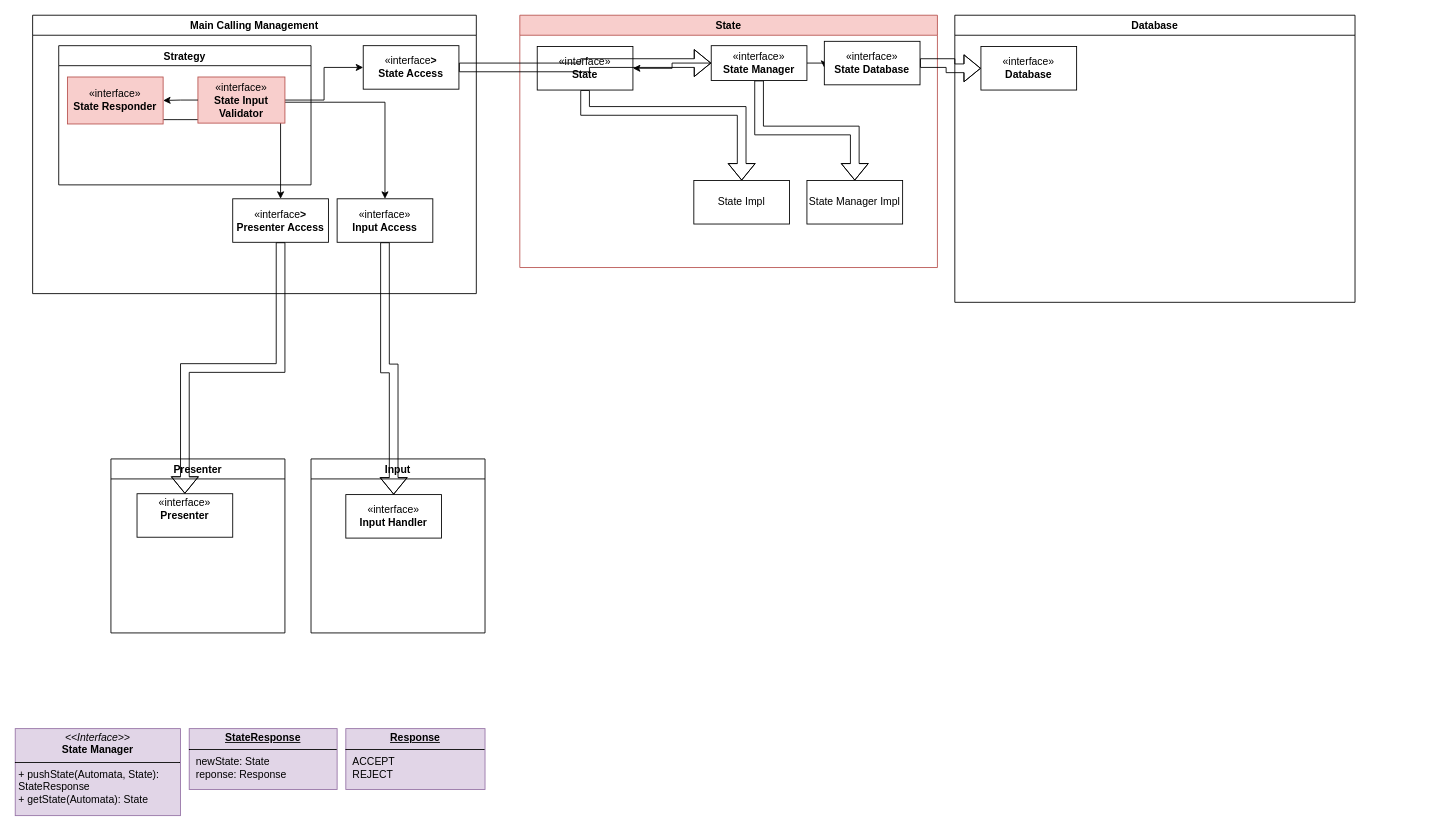
Before: semaphore.drawio in singlerr/UML, a draw.io diagram. Source tidied: cells renumbered, new cells numbered last; positions are measured from the earlier drawing's top-left corner, leaving out a move shared by most shapes. Both pictures are drawn from the tidied source at 87%, with x=0, y=0 at pixel (15, 15).
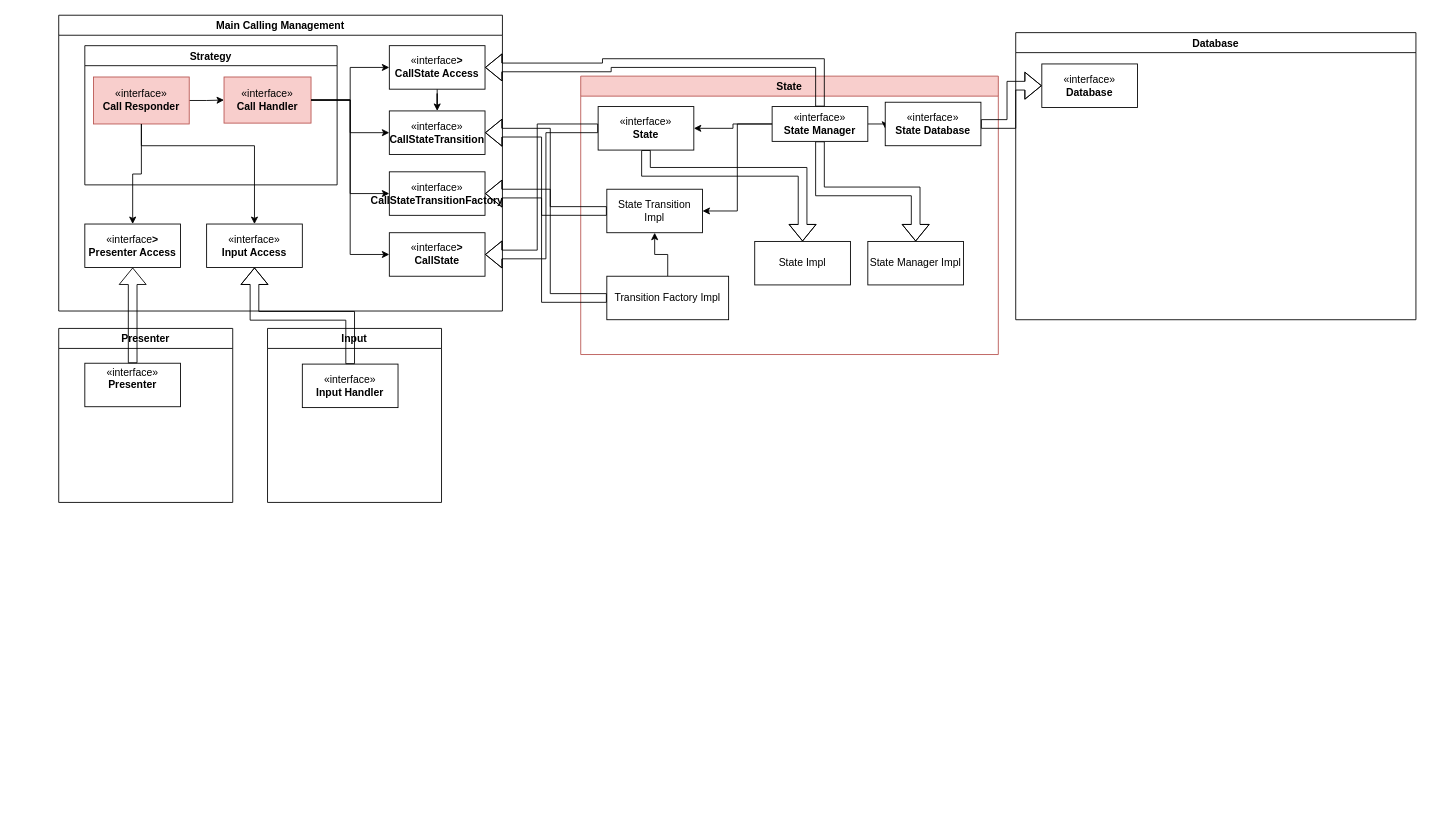
The same diagram, later.

Unchanged cells that the change refers to:
```xml
<mxCell id="6" value="«interface»&lt;br&gt;&lt;div&gt;&lt;b&gt;State Manager&lt;br&gt;&lt;/b&gt;&lt;/div&gt;" style="html=1;whiteSpace=wrap;" parent="2" vertex="1">
  <mxGeometry x="220" y="35" width="110" height="40" as="geometry" />
</mxCell>
<mxCell id="10" value="State Impl" style="html=1;whiteSpace=wrap;" parent="2" vertex="1">
  <mxGeometry x="200" y="190" width="110" height="50" as="geometry" />
</mxCell>
<mxCell id="13" value="&lt;div&gt;«interface»&lt;/div&gt;&lt;div&gt;&lt;b&gt;Presenter&lt;/b&gt;&lt;/div&gt;&lt;div&gt;&lt;b&gt;&lt;br&gt;&lt;/b&gt;&lt;/div&gt;" style="html=1;whiteSpace=wrap;" parent="12" vertex="1">
  <mxGeometry x="30" y="40" width="110" height="50" as="geometry" />
</mxCell>
<mxCell id="15" value="&lt;div&gt;«interface»&lt;/div&gt;&lt;div&gt;&lt;b&gt;Input Handler&lt;/b&gt;&lt;/div&gt;" style="html=1;whiteSpace=wrap;" parent="14" vertex="1">
  <mxGeometry x="40" y="41" width="110" height="50" as="geometry" />
</mxCell>
<mxCell id="23" value="Strategy" style="swimlane;" parent="16" vertex="1">
  <mxGeometry x="30" y="35" width="290" height="160" as="geometry" />
</mxCell>
```

Change to the diagram source:
```diff
@@
     <mxCell id="2" value="State" style="swimlane;fillColor=#f8cecc;strokeColor=#b85450;" parent="1" vertex="1">
-      <mxGeometry x="580" width="480" height="290" as="geometry" />
+      <mxGeometry x="650" y="70" width="480" height="320" as="geometry" />
     </mxCell>
@@
-    <mxCell id="5" style="edgeStyle=orthogonalEdgeStyle;rounded=0;jettySize=auto;html=1;entryX=1;entryY=0.5;entryDx=0;entryDy=0;" parent="2" edge="1" source="6" target="9">
-      <mxGeometry relative="1" as="geometry" />
-    </mxCell>
+    <mxCell id="36" style="edgeStyle=orthogonalEdgeStyle;rounded=0;jettySize=auto;html=1;entryX=1;entryY=0.5;entryDx=0;entryDy=0;" parent="2" edge="1" source="6" target="39">
+      <mxGeometry relative="1" as="geometry" />
+    </mxCell>
@@
-    <mxCell id="8" style="edgeStyle=orthogonalEdgeStyle;rounded=0;jettySize=auto;html=1;entryX=0.5;entryY=0;entryDx=0;entryDy=0;shape=flexArrow;" parent="2" edge="1" source="9" target="10">
-      <mxGeometry relative="1" as="geometry">
-        <Array as="points">
-          <mxPoint x="75" y="110" />
-          <mxPoint x="255" y="110" />
-        </Array>
-      </mxGeometry>
-    </mxCell>
-    <mxCell id="9" value="&lt;div&gt;«interface»&lt;/div&gt;&lt;div&gt;&lt;b&gt;State&lt;/b&gt;&lt;br&gt;&lt;/div&gt;" style="html=1;whiteSpace=wrap;" parent="2" vertex="1">
-      <mxGeometry x="20" y="36" width="110" height="50" as="geometry" />
-    </mxCell>
@@
+    <mxCell id="9" value="&lt;div&gt;«interface»&lt;/div&gt;&lt;div&gt;&lt;b&gt;State&lt;/b&gt;&lt;br&gt;&lt;/div&gt;" style="html=1;whiteSpace=wrap;" parent="2" vertex="1">
+      <mxGeometry x="20" y="35" width="110" height="50" as="geometry" />
+    </mxCell>
+    <mxCell id="5" style="edgeStyle=orthogonalEdgeStyle;rounded=0;jettySize=auto;html=1;entryX=1;entryY=0.5;entryDx=0;entryDy=0;" parent="2" edge="1" source="6" target="9">
+      <mxGeometry relative="1" as="geometry" />
+    </mxCell>
+    <mxCell id="8" style="edgeStyle=orthogonalEdgeStyle;rounded=0;jettySize=auto;html=1;entryX=0.5;entryY=0;entryDx=0;entryDy=0;shape=flexArrow;" parent="2" edge="1" source="9" target="10">
+      <mxGeometry relative="1" as="geometry">
+        <Array as="points">
+          <mxPoint x="75" y="110" />
+          <mxPoint x="255" y="110" />
+        </Array>
+      </mxGeometry>
+    </mxCell>
+    <mxCell id="37" style="edgeStyle=orthogonalEdgeStyle;rounded=0;jettySize=auto;html=1;entryX=0.5;entryY=1;entryDx=0;entryDy=0;" parent="2" edge="1" source="38" target="39">
+      <mxGeometry relative="1" as="geometry" />
+    </mxCell>
+    <mxCell id="38" value="&lt;div&gt;Transition Factory Impl&lt;/div&gt;" style="html=1;whiteSpace=wrap;" parent="2" vertex="1">
+      <mxGeometry x="30" y="230" width="140" height="50" as="geometry" />
+    </mxCell>
+    <mxCell id="39" value="State Transition Impl" style="html=1;whiteSpace=wrap;" parent="2" vertex="1">
+      <mxGeometry x="30" y="130" width="110" height="50" as="geometry" />
+    </mxCell>
     <mxCell id="12" value="Presenter" style="swimlane;" parent="1" vertex="1">
-      <mxGeometry x="110" y="510" width="200" height="200" as="geometry" />
+      <mxGeometry x="50" y="360" width="200" height="200" as="geometry" />
     </mxCell>
@@
     <mxCell id="14" value="Input" style="swimlane;" parent="1" vertex="1">
-      <mxGeometry x="340" y="510" width="200" height="200" as="geometry" />
+      <mxGeometry x="290" y="360" width="200" height="200" as="geometry" />
     </mxCell>
@@
     <mxCell id="16" value="Main Calling Management" style="swimlane;" parent="1" vertex="1">
-      <mxGeometry x="20" width="510" height="320" as="geometry" />
+      <mxGeometry x="50" width="510" height="340" as="geometry" />
     </mxCell>
+    <mxCell id="40" style="edgeStyle=orthogonalEdgeStyle;rounded=0;jettySize=auto;html=1;entryX=0.5;entryY=0;entryDx=0;entryDy=0;" parent="16" edge="1" source="17" target="42">
+      <mxGeometry relative="1" as="geometry" />
+    </mxCell>
-    <mxCell id="17" value="&lt;div&gt;«interface&lt;b&gt;&amp;gt;&lt;/b&gt;&lt;/div&gt;&lt;div&gt;&lt;b&gt;State Access&lt;br&gt;&lt;/b&gt;&lt;/div&gt;" style="html=1;whiteSpace=wrap;" parent="16" vertex="1">
+    <mxCell id="17" value="&lt;div&gt;«interface&lt;b&gt;&amp;gt;&lt;/b&gt;&lt;/div&gt;&lt;div&gt;&lt;b&gt;CallState Access&lt;br&gt;&lt;/b&gt;&lt;/div&gt;" style="html=1;whiteSpace=wrap;" parent="16" vertex="1">
       <mxGeometry x="380" y="35" width="110" height="50" as="geometry" />
     </mxCell>
     <mxCell id="18" value="&lt;div&gt;«interface&lt;b&gt;&amp;gt;&lt;/b&gt;&lt;/div&gt;&lt;div&gt;&lt;b&gt;Presenter Access&lt;br&gt;&lt;/b&gt;&lt;/div&gt;" style="html=1;whiteSpace=wrap;" parent="16" vertex="1">
-      <mxGeometry x="230" y="211" width="110" height="50" as="geometry" />
+      <mxGeometry x="30" y="240" width="110" height="50" as="geometry" />
     </mxCell>
     <mxCell id="19" value="«interface»&lt;br&gt;&lt;b&gt;Input Access&lt;/b&gt;" style="html=1;whiteSpace=wrap;" parent="16" vertex="1">
-      <mxGeometry x="350" y="211" width="110" height="50" as="geometry" />
+      <mxGeometry x="170" y="240" width="110" height="50" as="geometry" />
     </mxCell>
-    <mxCell id="20" style="edgeStyle=orthogonalEdgeStyle;rounded=0;jettySize=auto;html=1;entryX=0.5;entryY=0;entryDx=0;entryDy=0;" parent="16" edge="1" source="25" target="19">
-      <mxGeometry relative="1" as="geometry">
-        <Array as="points">
-          <mxPoint x="285" y="100" />
-          <mxPoint x="435" y="100" />
-        </Array>
-      </mxGeometry>
-    </mxCell>
@@
-    <mxCell id="22" style="edgeStyle=orthogonalEdgeStyle;rounded=0;jettySize=auto;html=1;entryX=0.5;entryY=0;entryDx=0;entryDy=0;" parent="16" edge="1" source="24" target="18">
-      <mxGeometry relative="1" as="geometry">
-        <Array as="points">
-          <mxPoint x="166" y="120" />
-          <mxPoint x="285" y="120" />
-        </Array>
-      </mxGeometry>
-    </mxCell>
@@
+    <mxCell id="41" style="edgeStyle=orthogonalEdgeStyle;rounded=0;jettySize=auto;html=1;entryX=0;entryY=0.5;entryDx=0;entryDy=0;" parent="23" edge="1" source="24" target="25">
+      <mxGeometry relative="1" as="geometry" />
+    </mxCell>
-    <mxCell id="24" value="&lt;div&gt;«interface»&lt;/div&gt;&lt;div&gt;&lt;b&gt;State Responder&lt;/b&gt;&lt;br&gt;&lt;/div&gt;" style="html=1;whiteSpace=wrap;fillColor=#f8cecc;strokeColor=#b85450;" parent="23" vertex="1">
+    <mxCell id="24" value="&lt;div&gt;«interface»&lt;/div&gt;&lt;div&gt;&lt;b&gt;Call Responder&lt;/b&gt;&lt;br&gt;&lt;/div&gt;" style="html=1;whiteSpace=wrap;fillColor=#f8cecc;strokeColor=#b85450;" parent="23" vertex="1">
       <mxGeometry x="10" y="36" width="110" height="54" as="geometry" />
     </mxCell>
-    <mxCell id="25" value="«interface»&lt;br&gt;&lt;b&gt;State Input Validator&lt;/b&gt;" style="html=1;whiteSpace=wrap;fillColor=#f8cecc;strokeColor=#b85450;" parent="23" vertex="1">
+    <mxCell id="25" value="«interface»&lt;br&gt;&lt;b&gt;Call Handler&lt;br&gt;&lt;/b&gt;" style="html=1;whiteSpace=wrap;fillColor=#f8cecc;strokeColor=#b85450;" parent="23" vertex="1">
       <mxGeometry x="160" y="36" width="100" height="53" as="geometry" />
     </mxCell>
-    <mxCell id="26" style="edgeStyle=orthogonalEdgeStyle;rounded=0;jettySize=auto;html=1;entryX=1;entryY=0.5;entryDx=0;entryDy=0;" parent="23" edge="1" source="25" target="24">
-      <mxGeometry relative="1" as="geometry" />
-    </mxCell>
-    <mxCell id="27" style="edgeStyle=orthogonalEdgeStyle;rounded=0;jettySize=auto;html=1;shape=flexArrow;" parent="1" edge="1" source="17" target="6">
-      <mxGeometry relative="1" as="geometry" />
-    </mxCell>
-    <mxCell id="28" style="edgeStyle=orthogonalEdgeStyle;rounded=0;jettySize=auto;html=1;shape=flexArrow;entryX=0.5;entryY=0;entryDx=0;entryDy=0;" parent="1" edge="1" source="18" target="13">
-      <mxGeometry relative="1" as="geometry" />
-    </mxCell>
-    <mxCell id="29" style="edgeStyle=orthogonalEdgeStyle;rounded=0;jettySize=auto;html=1;entryX=0.5;entryY=0;entryDx=0;entryDy=0;shape=flexArrow;" parent="1" edge="1" source="19" target="15">
-      <mxGeometry relative="1" as="geometry" />
-    </mxCell>
+    <mxCell id="42" value="«interface»&lt;br&gt;&lt;b&gt;CallStateTransition&lt;/b&gt;" style="html=1;whiteSpace=wrap;" parent="16" vertex="1">
+      <mxGeometry x="380" y="110" width="110" height="50" as="geometry" />
+    </mxCell>
+    <mxCell id="43" value="&lt;div&gt;«interface»&lt;/div&gt;&lt;div&gt;&lt;b&gt;CallStateTransitionFactory&lt;/b&gt;&lt;br&gt;&lt;/div&gt;" style="html=1;whiteSpace=wrap;" parent="16" vertex="1">
+      <mxGeometry x="380" y="180" width="110" height="50" as="geometry" />
+    </mxCell>
+    <mxCell id="44" style="edgeStyle=orthogonalEdgeStyle;rounded=0;jettySize=auto;html=1;entryX=0;entryY=0.5;entryDx=0;entryDy=0;" parent="16" edge="1" source="25" target="43">
+      <mxGeometry relative="1" as="geometry" />
+    </mxCell>
+    <mxCell id="22" style="edgeStyle=orthogonalEdgeStyle;rounded=0;jettySize=auto;html=1;entryX=0.5;entryY=0;entryDx=0;entryDy=0;" parent="16" edge="1" source="24" target="18">
+      <mxGeometry relative="1" as="geometry" />
+    </mxCell>
+    <mxCell id="45" style="edgeStyle=orthogonalEdgeStyle;rounded=0;jettySize=auto;html=1;entryX=0.5;entryY=0;entryDx=0;entryDy=0;" parent="16" edge="1" source="24" target="19">
+      <mxGeometry relative="1" as="geometry">
+        <Array as="points">
+          <mxPoint x="95" y="150" />
+          <mxPoint x="225" y="150" />
+        </Array>
+      </mxGeometry>
+    </mxCell>
+    <mxCell id="46" style="edgeStyle=orthogonalEdgeStyle;rounded=0;jettySize=auto;html=1;" parent="16" edge="1" source="25" target="42">
+      <mxGeometry relative="1" as="geometry" />
+    </mxCell>
+    <mxCell id="47" value="&lt;div&gt;«interface&lt;b&gt;&amp;gt;&lt;/b&gt;&lt;/div&gt;&lt;div&gt;&lt;b&gt;CallState&lt;br&gt;&lt;/b&gt;&lt;/div&gt;" style="html=1;whiteSpace=wrap;" parent="16" vertex="1">
+      <mxGeometry x="380" y="250" width="110" height="50" as="geometry" />
+    </mxCell>
+    <mxCell id="48" style="edgeStyle=orthogonalEdgeStyle;rounded=0;jettySize=auto;html=1;entryX=0;entryY=0.5;entryDx=0;entryDy=0;" parent="16" edge="1" source="25" target="47">
+      <mxGeometry relative="1" as="geometry" />
+    </mxCell>
     <mxCell id="30" value="Database" style="swimlane;" parent="1" vertex="1">
-      <mxGeometry x="1080" width="460" height="330" as="geometry" />
+      <mxGeometry x="1150" y="20" width="460" height="330" as="geometry" />
     </mxCell>
@@
-    <mxCell id="33" value="&lt;p style=&quot;margin:0px;margin-top:4px;text-align:center;&quot;&gt;&lt;i&gt;&amp;lt;&amp;lt;Interface&amp;gt;&amp;gt;&lt;/i&gt;&lt;br&gt;&lt;b&gt;State Manager&lt;/b&gt;&lt;br&gt;&lt;/p&gt;&lt;hr size=&quot;1&quot; style=&quot;border-style:solid;&quot;&gt;&lt;p style=&quot;margin:0px;margin-left:4px;&quot;&gt;+ pushState(Automata, State): StateResponse&lt;br&gt;+ getState(Automata): State&lt;/p&gt;&lt;p style=&quot;margin:0px;margin-left:4px;&quot;&gt;&lt;br&gt;&lt;/p&gt;" style="verticalAlign=top;align=left;overflow=fill;html=1;whiteSpace=wrap;fillColor=#e1d5e7;strokeColor=#9673a6;" parent="1" vertex="1">
-      <mxGeometry y="820" width="190" height="100" as="geometry" />
-    </mxCell>
-    <mxCell id="34" value="&lt;p style=&quot;margin:0px;margin-top:4px;text-align:center;text-decoration:underline;&quot;&gt;&lt;b&gt;StateResponse&lt;/b&gt;&lt;br&gt;&lt;/p&gt;&lt;hr size=&quot;1&quot; style=&quot;border-style:solid;&quot;&gt;&lt;p style=&quot;margin:0px;margin-left:8px;&quot;&gt;newState: State&lt;br&gt;reponse: Response&lt;br&gt;&lt;/p&gt;" style="verticalAlign=top;align=left;overflow=fill;html=1;whiteSpace=wrap;fillColor=#e1d5e7;strokeColor=#9673a6;" parent="1" vertex="1">
-      <mxGeometry x="200" y="820" width="170" height="70" as="geometry" />
-    </mxCell>
-    <mxCell id="35" value="&lt;p style=&quot;margin:0px;margin-top:4px;text-align:center;text-decoration:underline;&quot;&gt;&lt;b&gt;Response&lt;/b&gt;&lt;br&gt;&lt;/p&gt;&lt;hr size=&quot;1&quot; style=&quot;border-style:solid;&quot;&gt;&lt;p style=&quot;margin:0px;margin-left:8px;&quot;&gt;ACCEPT&lt;br&gt;REJECT&lt;br&gt;&lt;/p&gt;" style="verticalAlign=top;align=left;overflow=fill;html=1;whiteSpace=wrap;fillColor=#e1d5e7;strokeColor=#9673a6;" parent="1" vertex="1">
-      <mxGeometry x="380" y="820" width="160" height="70" as="geometry" />
-    </mxCell>
+    <mxCell id="49" style="edgeStyle=orthogonalEdgeStyle;rounded=0;jettySize=auto;html=1;entryX=0.5;entryY=1;entryDx=0;entryDy=0;shape=flexArrow;" parent="1" edge="1" source="13" target="18">
+      <mxGeometry relative="1" as="geometry" />
+    </mxCell>
+    <mxCell id="50" style="edgeStyle=orthogonalEdgeStyle;rounded=0;jettySize=auto;html=1;entryX=1;entryY=0.5;entryDx=0;entryDy=0;shape=flexArrow;" parent="1" edge="1" source="6" target="17">
+      <mxGeometry relative="1" as="geometry">
+        <Array as="points">
+          <mxPoint x="680" y="55" />
+          <mxPoint x="680" y="60" />
+        </Array>
+      </mxGeometry>
+    </mxCell>
+    <mxCell id="51" style="edgeStyle=orthogonalEdgeStyle;rounded=0;jettySize=auto;html=1;entryX=1;entryY=0.5;entryDx=0;entryDy=0;shape=flexArrow;" parent="1" edge="1" source="38" target="43">
+      <mxGeometry relative="1" as="geometry" />
+    </mxCell>
+    <mxCell id="52" style="edgeStyle=orthogonalEdgeStyle;rounded=0;jettySize=auto;html=1;entryX=1;entryY=0.5;entryDx=0;entryDy=0;shape=flexArrow;" parent="1" edge="1" source="39" target="42">
+      <mxGeometry relative="1" as="geometry" />
+    </mxCell>
+    <mxCell id="53" style="edgeStyle=orthogonalEdgeStyle;rounded=0;jettySize=auto;html=1;entryX=0.5;entryY=1;entryDx=0;entryDy=0;shape=flexArrow;" parent="1" edge="1" source="15" target="19">
+      <mxGeometry relative="1" as="geometry" />
+    </mxCell>
+    <mxCell id="54" style="edgeStyle=orthogonalEdgeStyle;rounded=0;jettySize=auto;html=1;entryX=1;entryY=0.5;entryDx=0;entryDy=0;shape=flexArrow;" parent="1" edge="1" source="9" target="47">
+      <mxGeometry relative="1" as="geometry" />
+    </mxCell>
```
